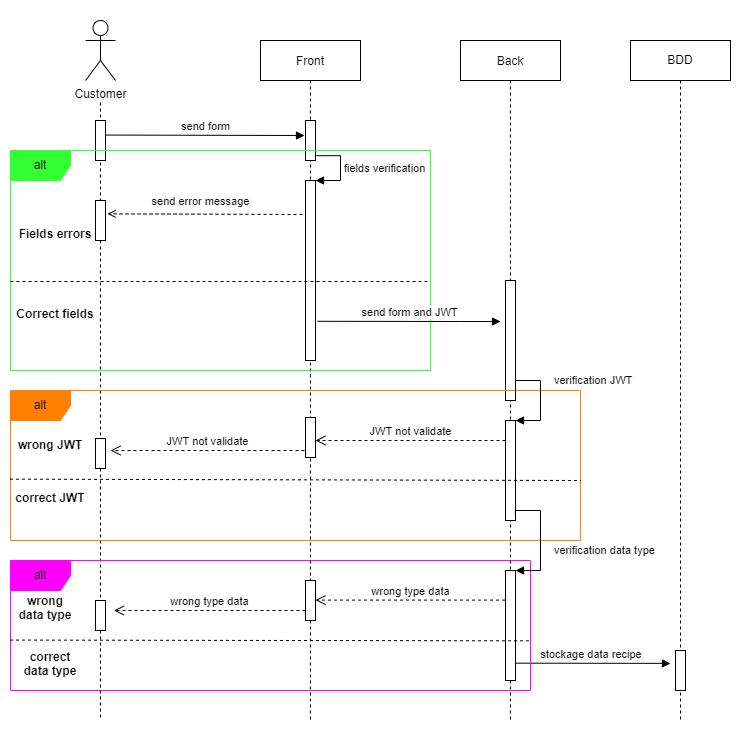
The draw.io diagram Documentation-diagrams/diagrams-img/sequenceDiagramCreateRecipe.png in Cuistonaute/Modelisation-UML, before a commit. Source tidied: cells renumbered, new cells last; positions are measured from the earlier drawing's top-left corner, leaving out a move shared by most shapes. Source of this version:
```xml
<mxGraphModel>
  <root>
    <mxCell id="0" />
    <mxCell id="1" parent="0" />
    <mxCell id="2" style="whiteSpace=wrap;html=1;strokeColor=none;fillColor=#FFFFFF;" parent="1" vertex="1">
      <mxGeometry width="750" height="740" as="geometry" />
    </mxCell>
    <mxCell id="3" value="Front" style="shape=umlLifeline;perimeter=lifelinePerimeter;rounded=0;shadow=0;strokeWidth=1;" parent="1" vertex="1">
      <mxGeometry x="260" y="40" width="100" height="680" as="geometry" />
    </mxCell>
    <mxCell id="4" style="points=[];perimeter=orthogonalPerimeter;rounded=0;shadow=0;strokeWidth=1;" parent="3" vertex="1">
      <mxGeometry x="45" y="80" width="10" height="40" as="geometry" />
    </mxCell>
    <mxCell id="5" style="html=1;points=[];perimeter=orthogonalPerimeter;" parent="3" vertex="1">
      <mxGeometry x="45" y="140" width="10" height="180" as="geometry" />
    </mxCell>
    <mxCell id="6" value="fields verification" style="edgeStyle=orthogonalEdgeStyle;html=1;align=left;spacingLeft=2;endArrow=block;rounded=0;entryX=1;entryY=0;exitX=1.08;exitY=0.88;exitDx=0;exitDy=0;exitPerimeter=0;" parent="3" edge="1" source="4" target="5">
      <mxGeometry relative="1" as="geometry">
        <Array as="points">
          <mxPoint x="80" y="115" />
          <mxPoint x="80" y="140" />
        </Array>
      </mxGeometry>
    </mxCell>
    <mxCell id="7" value="Back" style="shape=umlLifeline;perimeter=lifelinePerimeter;rounded=0;shadow=0;strokeWidth=1;" parent="1" vertex="1">
      <mxGeometry x="460" y="40" width="100" height="680" as="geometry" />
    </mxCell>
    <mxCell id="8" style="perimeter=orthogonalPerimeter;rounded=0;shadow=0;strokeWidth=1;" parent="7" vertex="1">
      <mxGeometry x="45" y="240" width="10" height="120" as="geometry" />
    </mxCell>
    <mxCell id="9" style="edgeStyle=orthogonalEdgeStyle;rounded=0;orthogonalLoop=1;jettySize=auto;html=1;dashed=1;endArrow=none;endFill=0;" parent="1" edge="1">
      <mxGeometry relative="1" as="geometry">
        <mxPoint x="100" y="102" as="sourcePoint" />
        <mxPoint x="100" y="720" as="targetPoint" />
      </mxGeometry>
    </mxCell>
    <mxCell id="10" value="Customer" style="shape=umlActor;verticalLabelPosition=bottom;verticalAlign=top;html=1;" parent="1" vertex="1">
      <mxGeometry x="85" y="20" width="30" height="60" as="geometry" />
    </mxCell>
    <mxCell id="11" style="html=1;points=[];perimeter=orthogonalPerimeter;" parent="1" vertex="1">
      <mxGeometry x="95" y="120" width="10" height="40" as="geometry" />
    </mxCell>
    <mxCell id="12" value="send form" style="html=1;verticalAlign=bottom;endArrow=block;rounded=0;exitX=1.052;exitY=0.364;exitDx=0;exitDy=0;exitPerimeter=0;" parent="1" edge="1" source="11">
      <mxGeometry relative="1" as="geometry">
        <mxPoint x="304" y="135" as="targetPoint" />
      </mxGeometry>
    </mxCell>
    <mxCell id="13" value="alt" style="shape=umlFrame;whiteSpace=wrap;html=1;fillColor=#33FF33;strokeColor=#33FF33;" parent="1" vertex="1">
      <mxGeometry x="10" y="150" width="420" height="220" as="geometry" />
    </mxCell>
    <mxCell id="14" value="Fields errors" style="text;align=center;fontStyle=1;verticalAlign=middle;spacingLeft=3;spacingRight=3;strokeColor=none;" parent="1" vertex="1">
      <mxGeometry x="15" y="220" width="80" height="26" as="geometry" />
    </mxCell>
    <mxCell id="15" value="Correct fields" style="text;align=center;fontStyle=1;verticalAlign=middle;spacingLeft=3;spacingRight=3;strokeColor=none;" parent="1" vertex="1">
      <mxGeometry x="15" y="300" width="80" height="26" as="geometry" />
    </mxCell>
    <mxCell id="16" style="html=1;perimeter=orthogonalPerimeter;" parent="1" vertex="1">
      <mxGeometry x="95" y="200" width="10" height="40" as="geometry" />
    </mxCell>
    <mxCell id="17" style="endArrow=none;startArrow=none;endFill=0;startFill=0;endSize=8;startSize=10;html=1;rounded=0;dashed=1;" parent="1" edge="1">
      <mxGeometry relative="1" as="geometry">
        <mxPoint x="10" y="281" as="sourcePoint" />
        <mxPoint x="430" y="281" as="targetPoint" />
      </mxGeometry>
    </mxCell>
    <mxCell id="18" value="send error message" style="html=1;verticalAlign=bottom;endArrow=open;rounded=0;entryX=1;entryY=0.483;entryDx=0;entryDy=0;entryPerimeter=0;endFill=0;dashed=1;" parent="1" edge="1">
      <mxGeometry x="0.05" y="-4" relative="1" as="geometry">
        <mxPoint x="302" y="214" as="sourcePoint" />
        <mxPoint x="107" y="213.3" as="targetPoint" />
      </mxGeometry>
    </mxCell>
    <mxCell id="19" value="send form and JWT" style="html=1;verticalAlign=bottom;endArrow=block;rounded=0;exitX=0.6;exitY=0.784;exitDx=0;exitDy=0;exitPerimeter=0;" parent="1" edge="1">
      <mxGeometry relative="1" as="geometry">
        <mxPoint x="317" y="320.8" as="sourcePoint" />
        <mxPoint x="500" y="321" as="targetPoint" />
        <Array as="points">
          <mxPoint x="461" y="321" />
        </Array>
      </mxGeometry>
    </mxCell>
    <mxCell id="20" value="BDD" style="shape=umlLifeline;perimeter=lifelinePerimeter;whiteSpace=wrap;html=1;" parent="1" vertex="1">
      <mxGeometry x="630" y="40" width="100" height="680" as="geometry" />
    </mxCell>
    <mxCell id="21" style="html=1;perimeter=orthogonalPerimeter;" parent="20" vertex="1">
      <mxGeometry x="45" y="610" width="10" height="40" as="geometry" />
    </mxCell>
    <mxCell id="22" value="alt" style="shape=umlFrame;whiteSpace=wrap;html=1;fillColor=#FF8000;strokeColor=#FF8000;" parent="1" vertex="1">
      <mxGeometry x="10" y="390" width="570" height="150" as="geometry" />
    </mxCell>
    <mxCell id="23" value="wrong JWT" style="text;align=center;fontStyle=1;verticalAlign=middle;spacingLeft=3;spacingRight=3;strokeColor=none;" parent="1" vertex="1">
      <mxGeometry x="10" y="431" width="80" height="26" as="geometry" />
    </mxCell>
    <mxCell id="24" value="correct JWT" style="text;align=center;fontStyle=1;verticalAlign=middle;spacingLeft=3;spacingRight=3;strokeColor=none;" parent="1" vertex="1">
      <mxGeometry x="10" y="484" width="80" height="26" as="geometry" />
    </mxCell>
    <mxCell id="25" style="html=1;points=[];perimeter=orthogonalPerimeter;" parent="1" vertex="1">
      <mxGeometry x="505" y="420" width="10" height="100" as="geometry" />
    </mxCell>
    <mxCell id="26" value="verification JWT" style="edgeStyle=orthogonalEdgeStyle;html=1;align=left;spacingLeft=2;endArrow=block;rounded=0;entryX=1;entryY=0;" parent="1" edge="1" target="25">
      <mxGeometry x="-0.13" y="10" relative="1" as="geometry">
        <mxPoint x="510" y="400" as="sourcePoint" />
        <Array as="points">
          <mxPoint x="515" y="400" />
          <mxPoint x="515" y="380" />
          <mxPoint x="540" y="380" />
          <mxPoint x="540" y="420" />
        </Array>
      </mxGeometry>
    </mxCell>
    <mxCell id="27" style="html=1;points=[];perimeter=orthogonalPerimeter;" parent="1" vertex="1">
      <mxGeometry x="305" y="417" width="10" height="40" as="geometry" />
    </mxCell>
    <mxCell id="28" value="JWT not validate" style="html=1;verticalAlign=bottom;endArrow=open;dashed=1;endSize=8;rounded=0;exitX=0;exitY=0.2;exitDx=0;exitDy=0;exitPerimeter=0;" parent="1" edge="1" source="25" target="27">
      <mxGeometry relative="1" as="geometry" />
    </mxCell>
    <mxCell id="29" value="JWT not validate" style="html=1;verticalAlign=bottom;endArrow=open;dashed=1;endSize=8;rounded=0;exitX=0;exitY=0.5;exitDx=0;exitDy=0;exitPerimeter=0;" parent="1" edge="1">
      <mxGeometry relative="1" as="geometry">
        <mxPoint x="304" y="450" as="sourcePoint" />
        <mxPoint x="110" y="450" as="targetPoint" />
      </mxGeometry>
    </mxCell>
    <mxCell id="30" style="html=1;perimeter=orthogonalPerimeter;" parent="1" vertex="1">
      <mxGeometry x="95" y="438" width="10" height="30" as="geometry" />
    </mxCell>
    <mxCell id="31" style="endArrow=none;dashed=1;html=1;rounded=0;entryX=1.001;entryY=0.6;entryDx=0;entryDy=0;entryPerimeter=0;exitX=-0.001;exitY=0.591;exitDx=0;exitDy=0;exitPerimeter=0;" parent="1" edge="1" source="22" target="22">
      <mxGeometry relative="1" as="geometry" />
    </mxCell>
    <mxCell id="32" value="stockage data recipe&amp;nbsp;" style="html=1;verticalAlign=bottom;endArrow=block;rounded=0;exitX=0.6;exitY=0.784;exitDx=0;exitDy=0;exitPerimeter=0;" parent="1" edge="1">
      <mxGeometry relative="1" as="geometry">
        <mxPoint x="515" y="662.7" as="sourcePoint" />
        <mxPoint x="670" y="663" as="targetPoint" />
        <Array as="points">
          <mxPoint x="659" y="662.9" />
        </Array>
      </mxGeometry>
    </mxCell>
    <mxCell id="33" value="alt" style="shape=umlFrame;whiteSpace=wrap;html=1;fillColor=#FF00FF;strokeColor=#FF00FF;" parent="1" vertex="1">
      <mxGeometry x="10" y="560" width="520" height="130" as="geometry" />
    </mxCell>
    <mxCell id="34" style="html=1;points=[];perimeter=orthogonalPerimeter;" parent="1" vertex="1">
      <mxGeometry x="505" y="570" width="10" height="110" as="geometry" />
    </mxCell>
    <mxCell id="35" value="verification data type" style="edgeStyle=orthogonalEdgeStyle;html=1;align=left;spacingLeft=2;endArrow=block;rounded=0;entryX=1;entryY=0;exitX=0.986;exitY=0.941;exitDx=0;exitDy=0;exitPerimeter=0;" parent="1" edge="1" source="25" target="34">
      <mxGeometry x="0.21" y="10" relative="1" as="geometry">
        <Array as="points">
          <mxPoint x="515" y="510" />
          <mxPoint x="540" y="510" />
          <mxPoint x="540" y="570" />
        </Array>
      </mxGeometry>
    </mxCell>
    <mxCell id="36" value="wrong type data" style="html=1;verticalAlign=bottom;endArrow=open;dashed=1;endSize=8;rounded=0;exitX=-0.048;exitY=0.269;exitDx=0;exitDy=0;exitPerimeter=0;" parent="1" edge="1" source="34" target="37">
      <mxGeometry relative="1" as="geometry" />
    </mxCell>
    <mxCell id="37" style="html=1;points=[];perimeter=orthogonalPerimeter;" parent="1" vertex="1">
      <mxGeometry x="305" y="580" width="10" height="40" as="geometry" />
    </mxCell>
    <mxCell id="38" value="wrong type data" style="html=1;verticalAlign=bottom;endArrow=open;dashed=1;endSize=8;rounded=0;exitX=0.159;exitY=0.722;exitDx=0;exitDy=0;exitPerimeter=0;" parent="1" edge="1">
      <mxGeometry relative="1" as="geometry">
        <mxPoint x="305" y="610" as="sourcePoint" />
        <mxPoint x="113.4" y="610" as="targetPoint" />
      </mxGeometry>
    </mxCell>
    <mxCell id="39" style="html=1;perimeter=orthogonalPerimeter;" parent="1" vertex="1">
      <mxGeometry x="95" y="600" width="10" height="30" as="geometry" />
    </mxCell>
    <mxCell id="40" value="wrong &#10;data type" style="text;align=center;fontStyle=1;verticalAlign=middle;spacingLeft=3;spacingRight=3;strokeColor=none;" parent="1" vertex="1">
      <mxGeometry x="5" y="594" width="80" height="26" as="geometry" />
    </mxCell>
    <mxCell id="41" value="correct &#10;data type" style="text;align=center;fontStyle=1;verticalAlign=middle;spacingLeft=3;spacingRight=3;strokeColor=none;" parent="1" vertex="1">
      <mxGeometry x="10" y="650" width="80" height="26" as="geometry" />
    </mxCell>
    <mxCell id="42" style="endArrow=none;dashed=1;html=1;rounded=0;exitX=-0.001;exitY=0.612;exitDx=0;exitDy=0;exitPerimeter=0;entryX=1;entryY=0.618;entryDx=0;entryDy=0;entryPerimeter=0;" parent="1" edge="1" source="33" target="33">
      <mxGeometry relative="1" as="geometry" />
    </mxCell>
  </root>
</mxGraphModel>
```
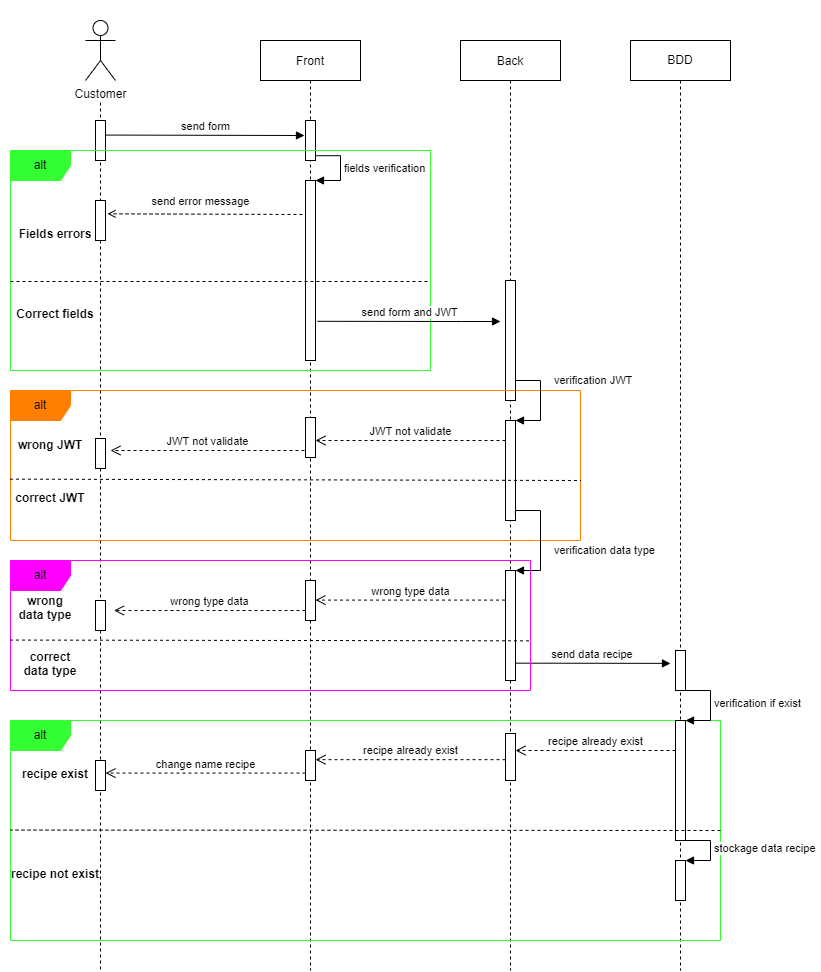
After the change.

What changed in the source:
```diff
@@ -3,10 +3,10 @@
     <mxCell id="0" />
     <mxCell id="1" parent="0" />
     <mxCell id="2" style="whiteSpace=wrap;html=1;strokeColor=none;fillColor=#FFFFFF;" parent="1" vertex="1">
-      <mxGeometry width="750" height="740" as="geometry" />
+      <mxGeometry width="820" height="960" as="geometry" />
     </mxCell>
     <mxCell id="3" value="Front" style="shape=umlLifeline;perimeter=lifelinePerimeter;rounded=0;shadow=0;strokeWidth=1;" parent="1" vertex="1">
-      <mxGeometry x="260" y="40" width="100" height="680" as="geometry" />
+      <mxGeometry x="260" y="40" width="100" height="930" as="geometry" />
     </mxCell>
     <mxCell id="4" style="points=[];perimeter=orthogonalPerimeter;rounded=0;shadow=0;strokeWidth=1;" parent="3" vertex="1">
       <mxGeometry x="45" y="80" width="10" height="40" as="geometry" />
@@ -23,7 +23,7 @@
       </mxGeometry>
     </mxCell>
     <mxCell id="7" value="Back" style="shape=umlLifeline;perimeter=lifelinePerimeter;rounded=0;shadow=0;strokeWidth=1;" parent="1" vertex="1">
-      <mxGeometry x="460" y="40" width="100" height="680" as="geometry" />
+      <mxGeometry x="460" y="40" width="100" height="930" as="geometry" />
     </mxCell>
     <mxCell id="8" style="perimeter=orthogonalPerimeter;rounded=0;shadow=0;strokeWidth=1;" parent="7" vertex="1">
       <mxGeometry x="45" y="240" width="10" height="120" as="geometry" />
@@ -31,7 +31,7 @@
     <mxCell id="9" style="edgeStyle=orthogonalEdgeStyle;rounded=0;orthogonalLoop=1;jettySize=auto;html=1;dashed=1;endArrow=none;endFill=0;" parent="1" edge="1">
       <mxGeometry relative="1" as="geometry">
         <mxPoint x="100" y="102" as="sourcePoint" />
-        <mxPoint x="100" y="720" as="targetPoint" />
+        <mxPoint x="100" y="970" as="targetPoint" />
       </mxGeometry>
     </mxCell>
     <mxCell id="10" value="Customer" style="shape=umlActor;verticalLabelPosition=bottom;verticalAlign=top;html=1;" parent="1" vertex="1">
@@ -79,7 +79,7 @@
       </mxGeometry>
     </mxCell>
     <mxCell id="20" value="BDD" style="shape=umlLifeline;perimeter=lifelinePerimeter;whiteSpace=wrap;html=1;" parent="1" vertex="1">
-      <mxGeometry x="630" y="40" width="100" height="680" as="geometry" />
+      <mxGeometry x="630" y="40" width="100" height="930" as="geometry" />
     </mxCell>
     <mxCell id="21" style="html=1;perimeter=orthogonalPerimeter;" parent="20" vertex="1">
       <mxGeometry x="45" y="610" width="10" height="40" as="geometry" />
@@ -125,7 +125,7 @@
     <mxCell id="31" style="endArrow=none;dashed=1;html=1;rounded=0;entryX=1.001;entryY=0.6;entryDx=0;entryDy=0;entryPerimeter=0;exitX=-0.001;exitY=0.591;exitDx=0;exitDy=0;exitPerimeter=0;" parent="1" edge="1" source="22" target="22">
       <mxGeometry relative="1" as="geometry" />
     </mxCell>
-    <mxCell id="32" value="stockage data recipe&amp;nbsp;" style="html=1;verticalAlign=bottom;endArrow=block;rounded=0;exitX=0.6;exitY=0.784;exitDx=0;exitDy=0;exitPerimeter=0;" parent="1" edge="1">
+    <mxCell id="32" value="send data recipe&amp;nbsp;" style="html=1;verticalAlign=bottom;endArrow=block;rounded=0;exitX=0.6;exitY=0.784;exitDx=0;exitDy=0;exitPerimeter=0;" parent="1" edge="1">
       <mxGeometry relative="1" as="geometry">
         <mxPoint x="515" y="662.7" as="sourcePoint" />
         <mxPoint x="670" y="663" as="targetPoint" />
@@ -173,5 +173,67 @@
     <mxCell id="42" style="endArrow=none;dashed=1;html=1;rounded=0;exitX=-0.001;exitY=0.612;exitDx=0;exitDy=0;exitPerimeter=0;entryX=1;entryY=0.618;entryDx=0;entryDy=0;entryPerimeter=0;" parent="1" edge="1" source="33" target="33">
       <mxGeometry relative="1" as="geometry" />
     </mxCell>
+    <mxCell id="43" value="alt" style="shape=umlFrame;whiteSpace=wrap;html=1;fillColor=#33FF33;strokeColor=#33FF33;" parent="1" vertex="1">
+      <mxGeometry x="10" y="720" width="710" height="220" as="geometry" />
+    </mxCell>
+    <mxCell id="44" style="html=1;points=[];perimeter=orthogonalPerimeter;" parent="1" vertex="1">
+      <mxGeometry x="675" y="720" width="10" height="120" as="geometry" />
+    </mxCell>
+    <mxCell id="45" value="verification if exist" style="edgeStyle=orthogonalEdgeStyle;html=1;align=left;spacingLeft=2;endArrow=block;rounded=0;entryX=1;entryY=0;" parent="1" edge="1" target="44">
+      <mxGeometry relative="1" as="geometry">
+        <mxPoint x="680" y="690" as="sourcePoint" />
+        <Array as="points">
+          <mxPoint x="680" y="690" />
+          <mxPoint x="710" y="690" />
+          <mxPoint x="710" y="720" />
+        </Array>
+      </mxGeometry>
+    </mxCell>
+    <mxCell id="46" value="recipe exist" style="text;align=center;fontStyle=1;verticalAlign=middle;spacingLeft=3;spacingRight=3;strokeColor=none;" parent="1" vertex="1">
+      <mxGeometry x="15" y="760" width="80" height="26" as="geometry" />
+    </mxCell>
+    <mxCell id="47" value="recipe already exist" style="html=1;verticalAlign=bottom;endArrow=open;dashed=1;endSize=8;rounded=0;" parent="1" edge="1" target="48">
+      <mxGeometry relative="1" as="geometry">
+        <mxPoint x="675" y="750" as="sourcePoint" />
+      </mxGeometry>
+    </mxCell>
+    <mxCell id="48" style="html=1;points=[];perimeter=orthogonalPerimeter;" parent="1" vertex="1">
+      <mxGeometry x="505" y="733" width="10" height="47" as="geometry" />
+    </mxCell>
+    <mxCell id="49" value="recipe already exist" style="html=1;verticalAlign=bottom;endArrow=open;dashed=1;endSize=8;rounded=0;" parent="1" edge="1" target="50">
+      <mxGeometry relative="1" as="geometry">
+        <mxPoint x="505" y="759.2" as="sourcePoint" />
+      </mxGeometry>
+    </mxCell>
+    <mxCell id="50" style="html=1;points=[];perimeter=orthogonalPerimeter;" parent="1" vertex="1">
+      <mxGeometry x="305" y="750" width="10" height="30" as="geometry" />
+    </mxCell>
+    <mxCell id="51" value="change name recipe" style="html=1;verticalAlign=bottom;endArrow=open;dashed=1;endSize=8;rounded=0;" parent="1" edge="1" target="52">
+      <mxGeometry relative="1" as="geometry">
+        <mxPoint x="305" y="772.6" as="sourcePoint" />
+      </mxGeometry>
+    </mxCell>
+    <mxCell id="52" style="html=1;points=[];perimeter=orthogonalPerimeter;" parent="1" vertex="1">
+      <mxGeometry x="95" y="760" width="10" height="30" as="geometry" />
+    </mxCell>
+    <mxCell id="53" style="html=1;points=[];perimeter=orthogonalPerimeter;" parent="1" vertex="1">
+      <mxGeometry x="675" y="860" width="10" height="40" as="geometry" />
+    </mxCell>
+    <mxCell id="54" value="stockage data recipe" style="edgeStyle=orthogonalEdgeStyle;html=1;align=left;spacingLeft=2;endArrow=block;rounded=0;entryX=1;entryY=0;" parent="1" edge="1" target="53">
+      <mxGeometry relative="1" as="geometry">
+        <mxPoint x="680" y="840" as="sourcePoint" />
+        <Array as="points">
+          <mxPoint x="710" y="840" />
+        </Array>
+      </mxGeometry>
+    </mxCell>
+    <mxCell id="55" style="html=1;verticalAlign=bottom;endArrow=none;dashed=1;endSize=8;rounded=0;entryX=0;entryY=0.498;entryDx=0;entryDy=0;entryPerimeter=0;endFill=0;" parent="1" edge="1" target="43">
+      <mxGeometry relative="1" as="geometry">
+        <mxPoint x="720" y="830" as="sourcePoint" />
+      </mxGeometry>
+    </mxCell>
+    <mxCell id="56" value="recipe not exist" style="text;align=center;fontStyle=1;verticalAlign=middle;spacingLeft=3;spacingRight=3;strokeColor=none;" parent="1" vertex="1">
+      <mxGeometry x="15" y="860" width="80" height="26" as="geometry" />
+    </mxCell>
   </root>
 </mxGraphModel>
```
